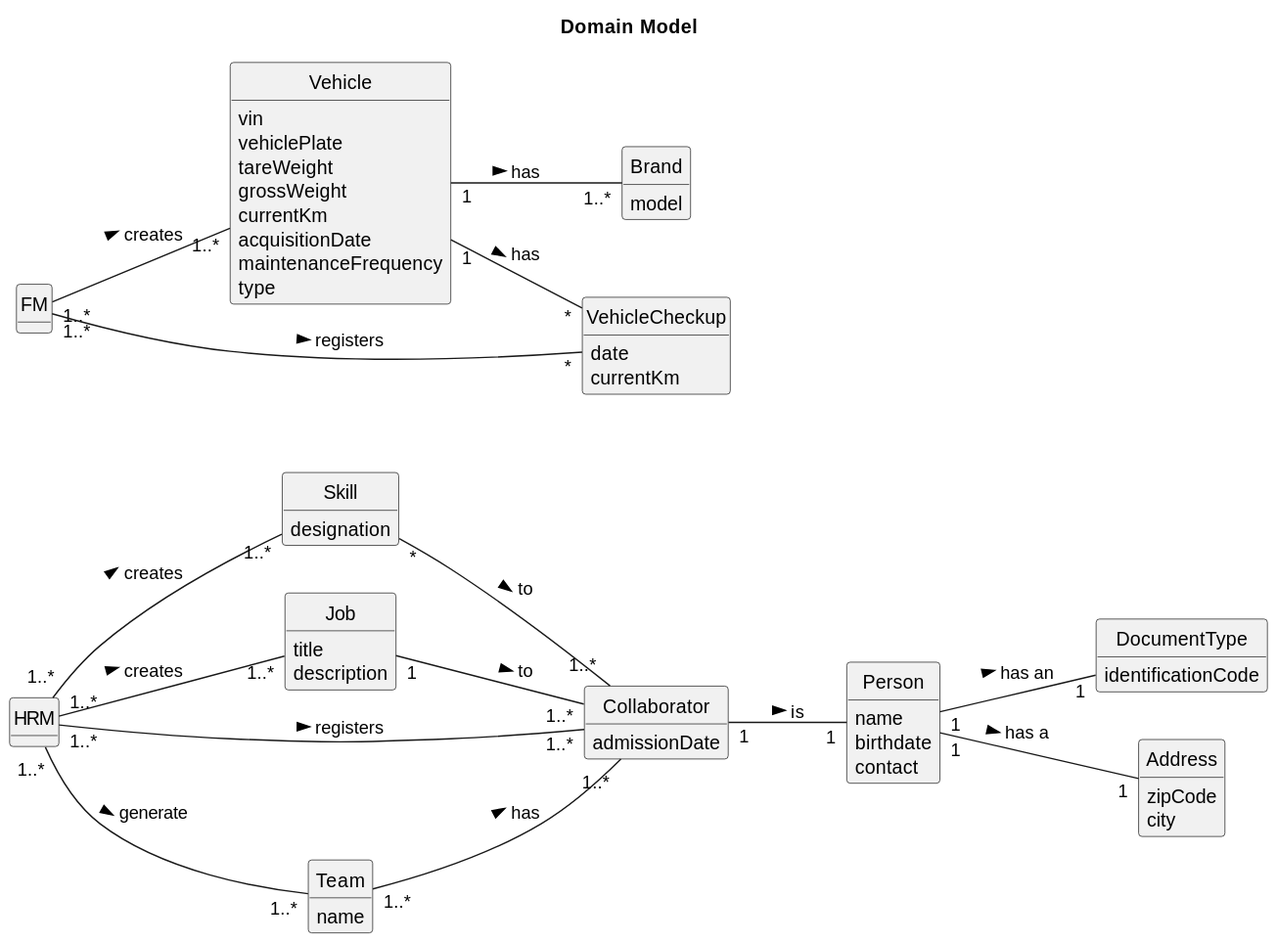
The PlantUML diagram docs/sprintA/global-artifacts/02.analysis/svg/project-domain-model.svg in ricardomm7/leaflink, before a commit.
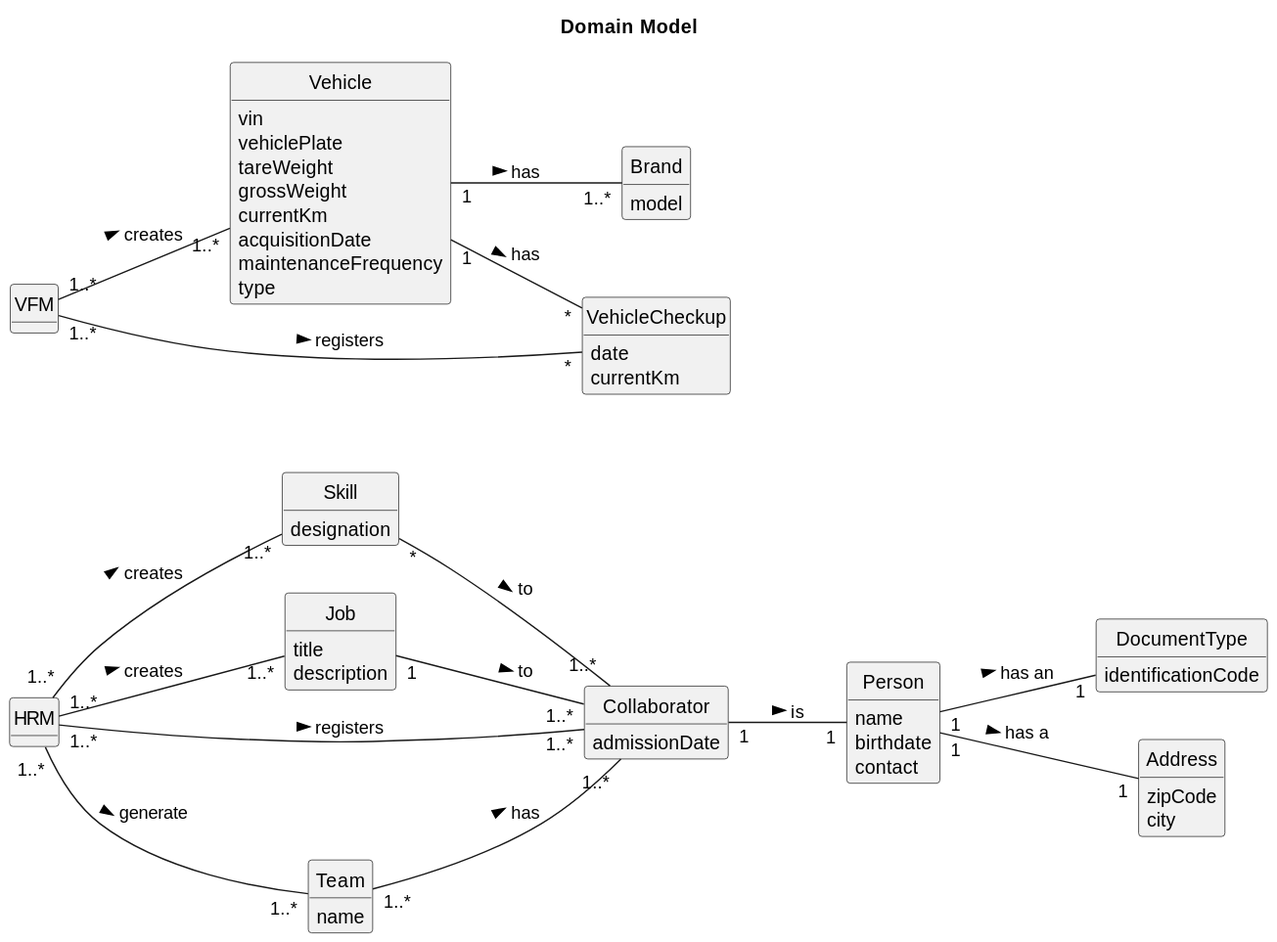
The same file after the commit.

Change to the diagram source:
```diff
@@ -12,7 +12,7 @@
 class HRM {
 }
 
-class FM{
+class VFM{
 }
 
 class Skill {
@@ -84,9 +84,9 @@
 HRM "1..*" -- "1..*" Team: generate   >
 Team "1..*" -- "1..*" Collaborator : has >
 
-FM "1..*" -- "1..*" Vehicle : creates  >
+VFM "1..*" -- "1..*" Vehicle : creates  >
 
-FM "1..*" -- "*" VehicleCheckup : registers >
+VFM "1..*" -- "*" VehicleCheckup : registers >
 
 Vehicle "1" -- "*" VehicleCheckup : has >
 
```
